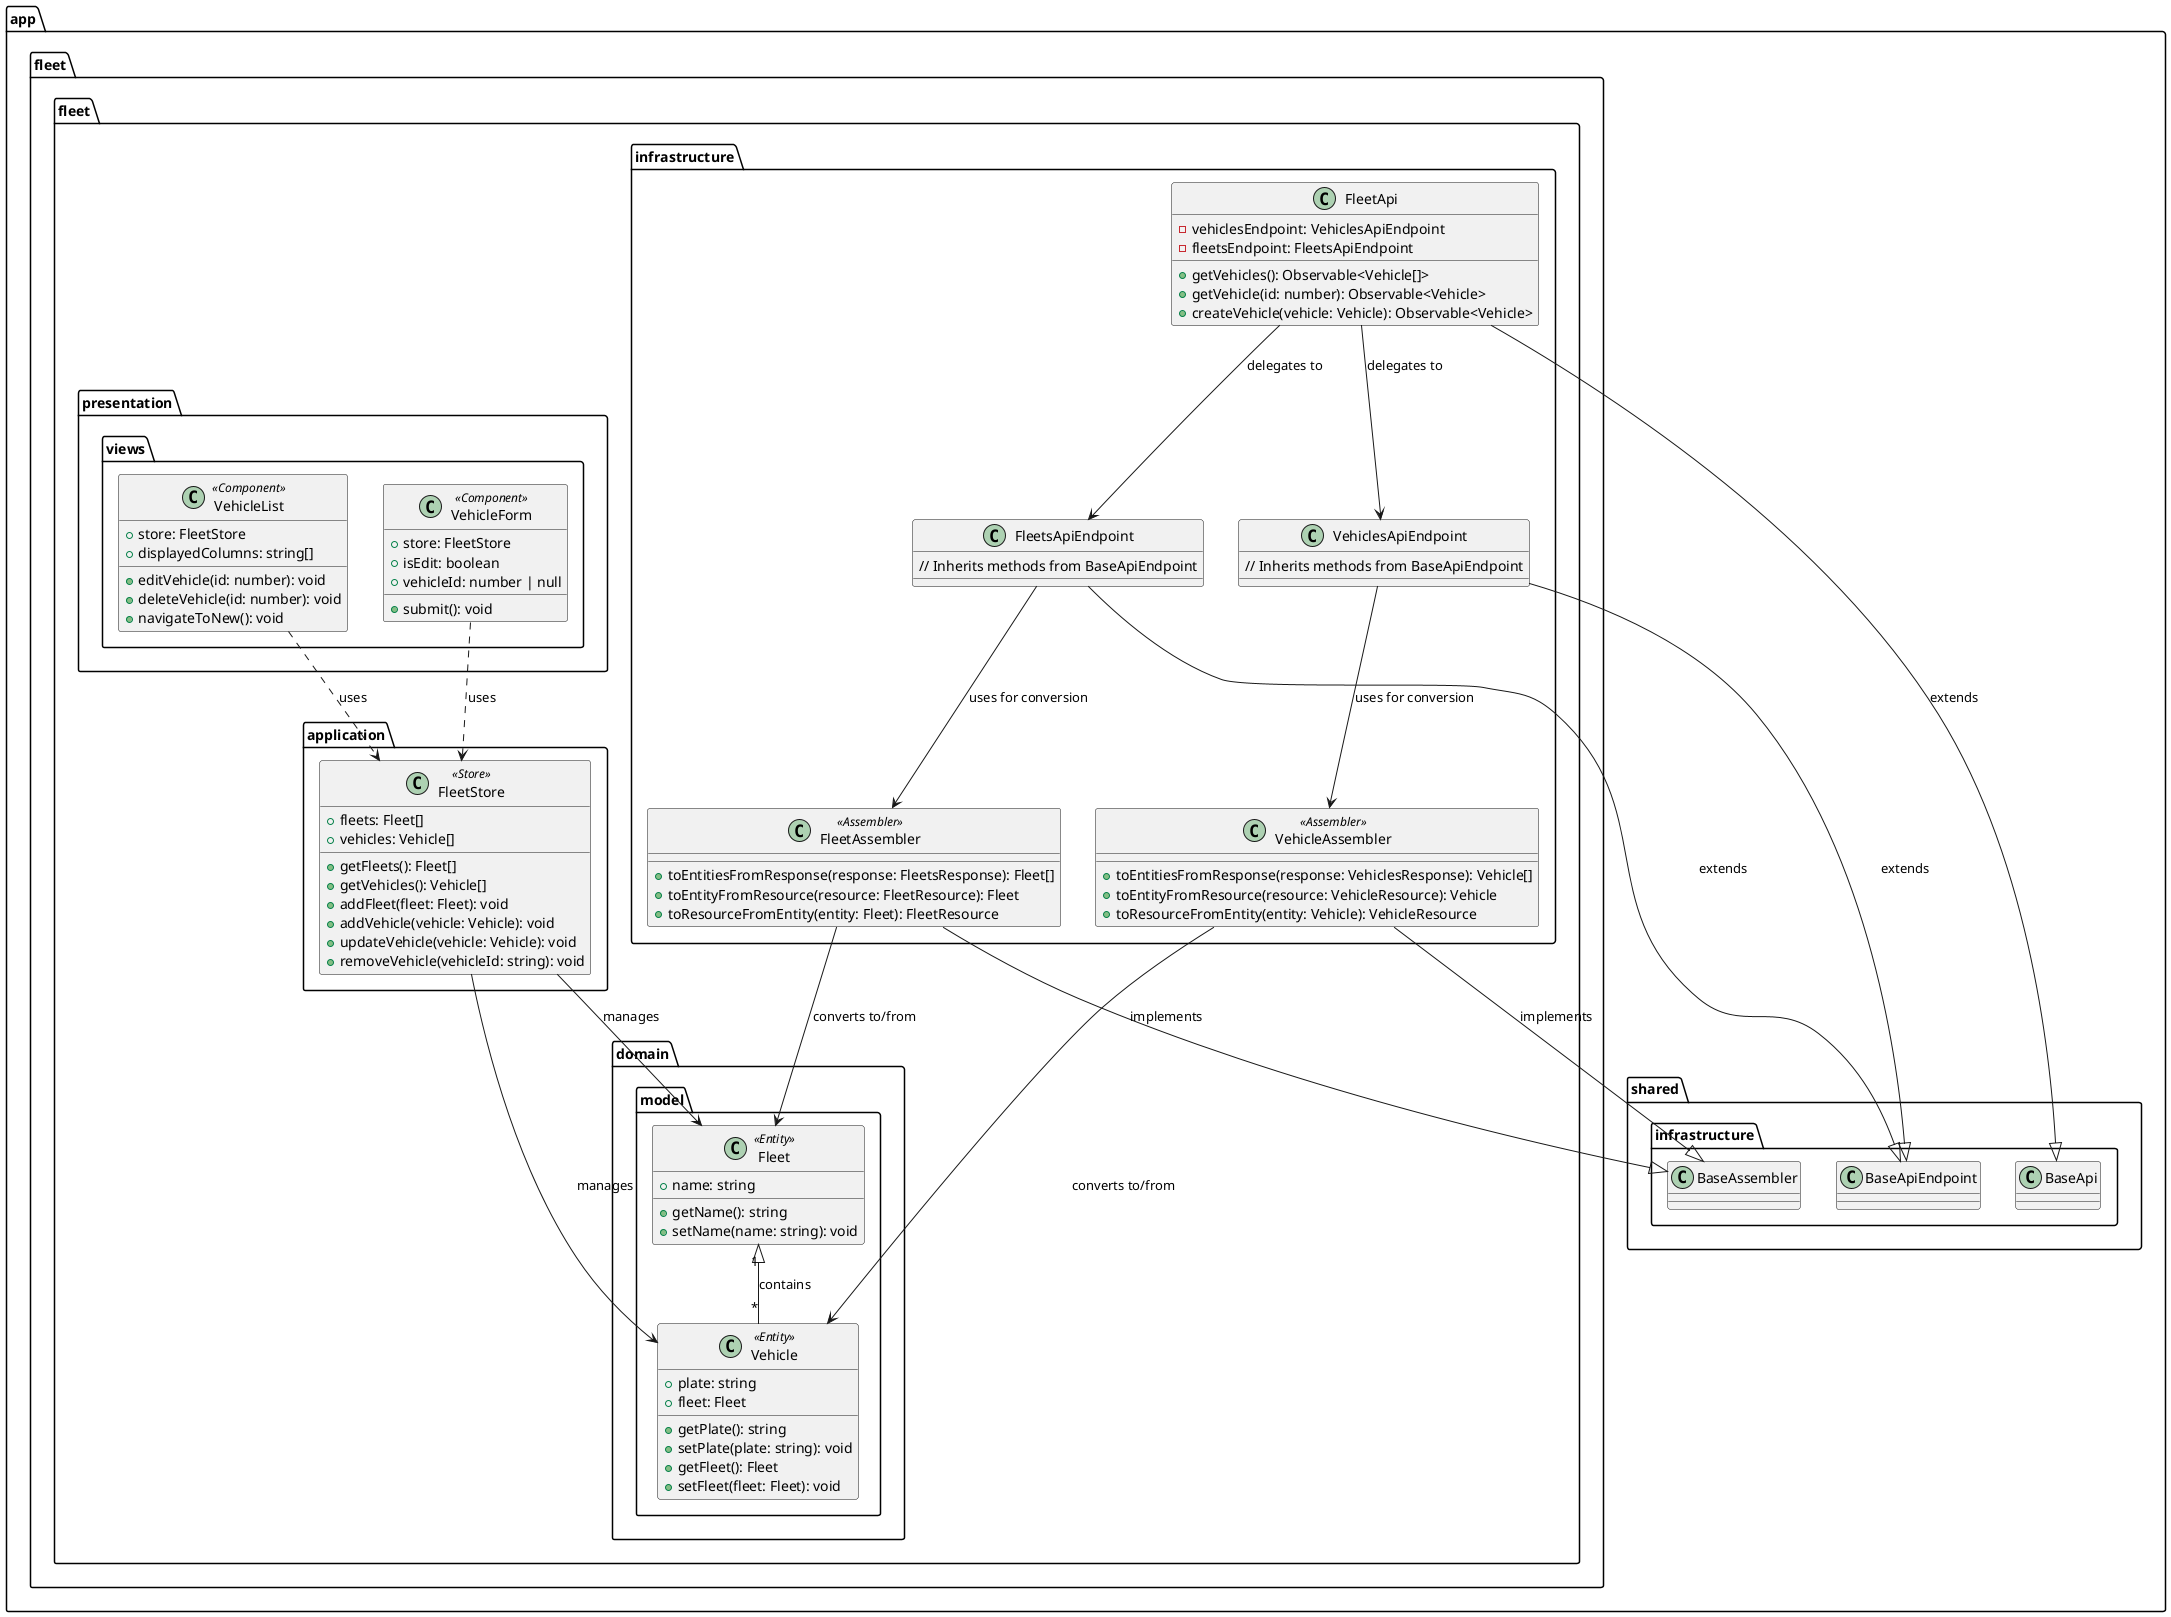
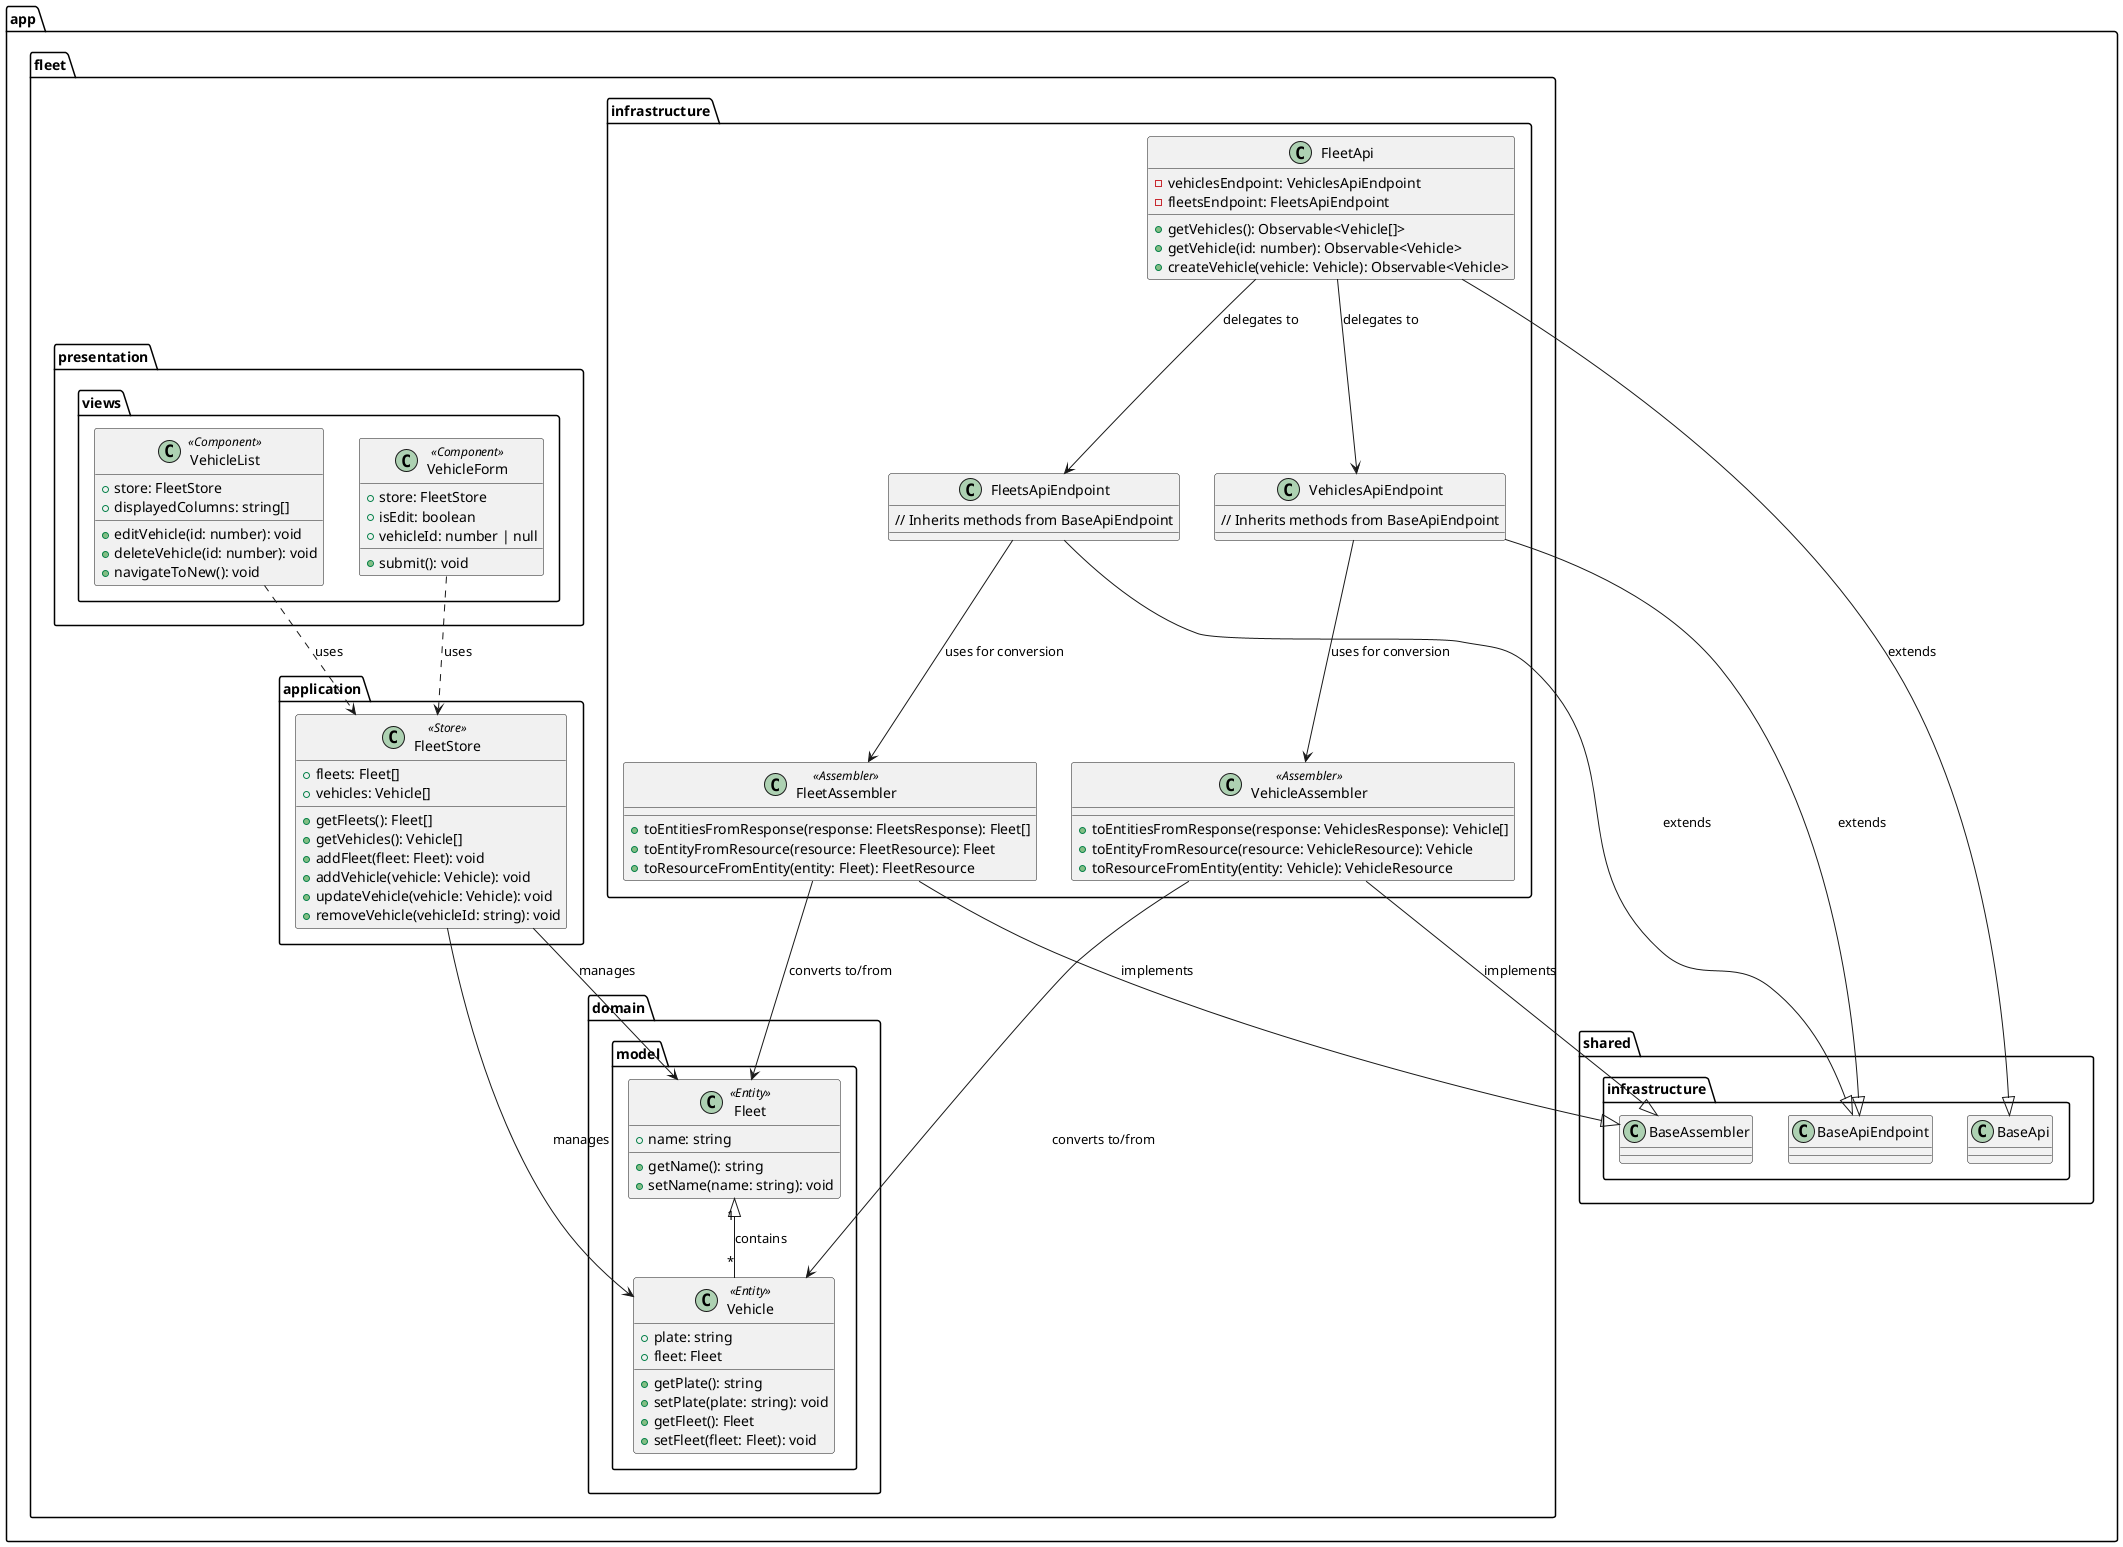
@startuml
package "app" {

  package "fleet" {
-     package "fleet.domain.model" {
+     package "domain.model" {
      class Fleet <<Entity>> {
        +name: string
        +getName(): string
        +setName(name: string): void
      }
      class Vehicle <<Entity>> {
        +plate: string
        +fleet: Fleet
        +getPlate(): string
        +setPlate(plate: string): void
        +getFleet(): Fleet
        +setFleet(fleet: Fleet): void
      }
      Fleet "1" <|-- "*" Vehicle : contains
    }

-     package "fleet.infrastructure" {
+     package "infrastructure" {
      class FleetsApiEndpoint {
        // Inherits methods from BaseApiEndpoint
      }
      class VehiclesApiEndpoint {
        // Inherits methods from BaseApiEndpoint
      }
      class FleetApi {
        -vehiclesEndpoint: VehiclesApiEndpoint
        -fleetsEndpoint: FleetsApiEndpoint
        +getVehicles(): Observable<Vehicle[]>
        +getVehicle(id: number): Observable<Vehicle>
        +createVehicle(vehicle: Vehicle): Observable<Vehicle>
      }
      class FleetAssembler <<Assembler>> {
        +toEntitiesFromResponse(response: FleetsResponse): Fleet[]
        +toEntityFromResource(resource: FleetResource): Fleet
        +toResourceFromEntity(entity: Fleet): FleetResource
      }
      class VehicleAssembler <<Assembler>> {
        +toEntitiesFromResponse(response: VehiclesResponse): Vehicle[]
        +toEntityFromResource(resource: VehicleResource): Vehicle
        +toResourceFromEntity(entity: Vehicle): VehicleResource
      }

      FleetAssembler --|> app.shared.infrastructure.BaseAssembler : implements
      VehicleAssembler --|> app.shared.infrastructure.BaseAssembler : implements
      FleetAssembler --> Fleet : converts to/from
      VehicleAssembler --> Vehicle : converts to/from
      FleetsApiEndpoint --> FleetAssembler : uses for conversion
      VehiclesApiEndpoint --> VehicleAssembler : uses for conversion
      FleetsApiEndpoint --|> app.shared.infrastructure.BaseApiEndpoint : extends
      VehiclesApiEndpoint --|> app.shared.infrastructure.BaseApiEndpoint : extends
      FleetApi --|> app.shared.infrastructure.BaseApi : extends
      FleetApi --> VehiclesApiEndpoint : delegates to
      FleetApi --> FleetsApiEndpoint : delegates to
    }

-     package "fleet.application" {
+     package "application" {
      class FleetStore <<Store>> {
        +fleets: Fleet[]
        +vehicles: Vehicle[]
        +getFleets(): Fleet[]
        +getVehicles(): Vehicle[]
        +addFleet(fleet: Fleet): void
        +addVehicle(vehicle: Vehicle): void
        +updateVehicle(vehicle: Vehicle): void
        +removeVehicle(vehicleId: string): void
      }
      FleetStore --> Fleet : manages
      FleetStore --> Vehicle : manages
    }

-     package "fleet.presentation.views" {
+     package "presentation.views" {
      class VehicleForm <<Component>> {
        +store: FleetStore
        +isEdit: boolean
        +vehicleId: number | null
        +submit(): void
      }
      class VehicleList <<Component>> {
        +store: FleetStore
        +displayedColumns: string[]
        +editVehicle(id: number): void
        +deleteVehicle(id: number): void
        +navigateToNew(): void
      }
      VehicleForm ..> FleetStore : uses
      VehicleList ..> FleetStore : uses
    }
  }
}
@enduml
